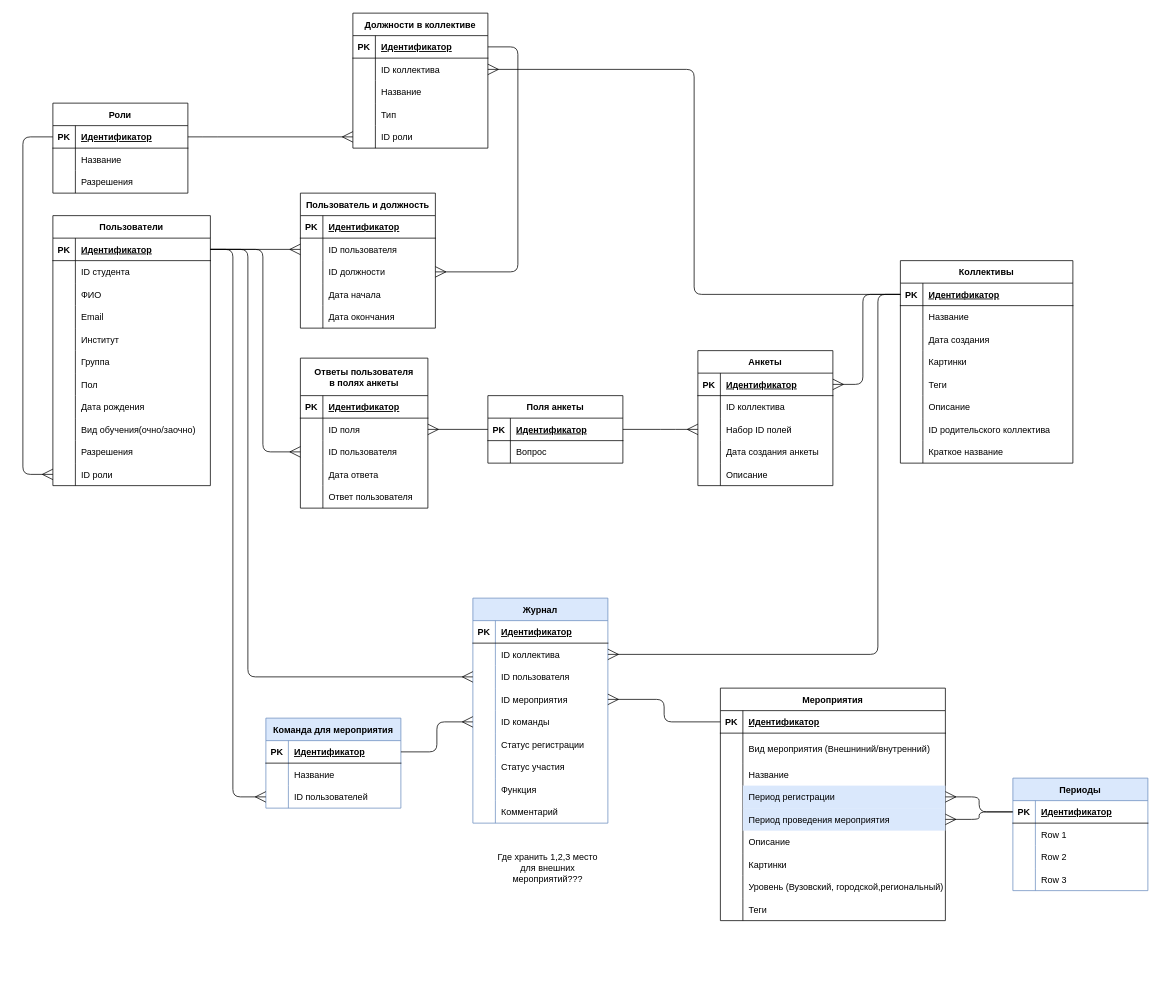
The draw.io diagram page "Логическая" (1 of 2) of Схема БД.drawio in KomogortsevaYulia/Raiting-Teams-Events, before the edit. Source tidied: cells renumbered, new cells numbered last; positions are measured from the earlier drawing's top-left corner, leaving out a move shared by most shapes. Both pictures are drawn from the tidied source at 75%, with x=0, y=0 at pixel (22, 13).
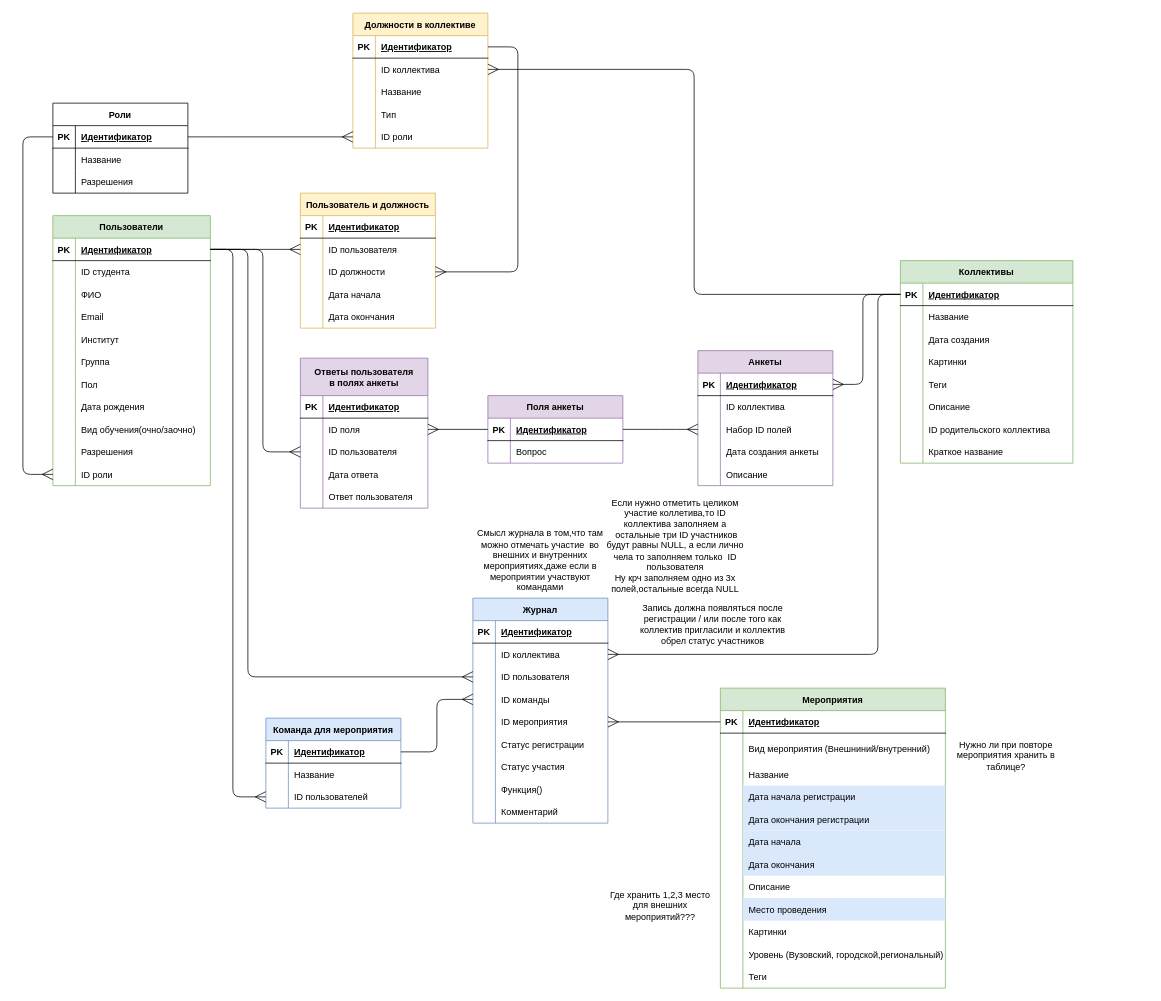
The same page after the edit.

The change refers to these unchanged cells:
```xml
<mxCell id="46" style="shape=tableRow;horizontal=0;startSize=0;swimlaneHead=0;swimlaneBody=0;fillColor=none;points=[[0,0.5],[1,0.5]];portConstraint=eastwest;top=0;left=0;right=0;bottom=0;" parent="36" vertex="1">
  <mxGeometry y="130" width="300" height="30" as="geometry" />
</mxCell>
<mxCell id="121" value="Журнал" style="shape=table;startSize=30;childLayout=tableLayout;rowLines=0;fontStyle=1;align=center;fillColor=#dae8fc;strokeColor=#6c8ebf;" parent="1" vertex="1">
  <mxGeometry x="600" y="780" width="180" height="300" as="geometry" />
</mxCell>
<mxCell id="143" style="shape=tableRow;horizontal=0;startSize=0;swimlaneHead=0;swimlaneBody=0;fillColor=none;top=0;left=0;right=0;bottom=0;" parent="121" vertex="1">
  <mxGeometry y="240" width="180" height="30" as="geometry" />
</mxCell>
```

Change to the diagram source:
```diff
@@
-    <mxCell id="2" value="Пользователи" style="shape=table;startSize=30;childLayout=tableLayout;rowLines=0;fontStyle=1;align=center;" parent="1" vertex="1">
+    <mxCell id="2" value="Пользователи" style="shape=table;startSize=30;childLayout=tableLayout;rowLines=0;fontStyle=1;align=center;fillColor=#d5e8d4;strokeColor=#82b366;" parent="1" vertex="1">
       <mxGeometry x="40" y="270" width="210" height="360" as="geometry" />
     </mxCell>
@@
-    <mxCell id="36" value="Мероприятия" style="shape=table;startSize=30;childLayout=tableLayout;rowLines=0;fontStyle=1;align=center;" parent="1" vertex="1">
-      <mxGeometry x="930" y="900" width="300" height="310" as="geometry" />
+    <mxCell id="36" value="Мероприятия" style="shape=table;startSize=30;childLayout=tableLayout;rowLines=0;fontStyle=1;align=center;fillColor=#d5e8d4;strokeColor=#82b366;" parent="1" vertex="1">
+      <mxGeometry x="930" y="900" width="300" height="400" as="geometry" />
     </mxCell>
@@
-    <mxCell id="48" value="Период регистрации" style="shape=partialRectangle;fillColor=#dae8fc;top=0;left=0;bottom=0;right=0;align=left;spacingLeft=6;overflow=hidden;strokeColor=#6c8ebf;" parent="46" vertex="1">
+    <mxCell id="48" value="Дата начала регистрации" style="shape=partialRectangle;fillColor=#dae8fc;top=0;left=0;bottom=0;right=0;align=left;spacingLeft=6;overflow=hidden;strokeColor=#6c8ebf;" parent="46" vertex="1">
       <mxGeometry x="30" width="270" height="30" as="geometry" />
     </mxCell>
+    <mxCell id="238" style="shape=tableRow;horizontal=0;startSize=0;swimlaneHead=0;swimlaneBody=0;fillColor=none;top=0;left=0;right=0;bottom=0;" parent="36" vertex="1">
+      <mxGeometry y="160" width="300" height="30" as="geometry" />
+    </mxCell>
+    <mxCell id="239" style="shape=partialRectangle;fillColor=none;top=0;left=0;bottom=0;right=0;overflow=hidden;" parent="238" vertex="1">
+      <mxGeometry width="30" height="30" as="geometry" />
+    </mxCell>
+    <mxCell id="240" value="Дата окончания регистрации" style="shape=partialRectangle;fillColor=#dae8fc;top=0;left=0;bottom=0;right=0;align=left;spacingLeft=6;overflow=hidden;strokeColor=#6c8ebf;" parent="238" vertex="1">
+      <mxGeometry x="30" width="270" height="30" as="geometry" />
+    </mxCell>
     <mxCell id="49" style="shape=tableRow;horizontal=0;startSize=0;swimlaneHead=0;swimlaneBody=0;fillColor=none;points=[[0,0.5],[1,0.5]];portConstraint=eastwest;top=0;left=0;right=0;bottom=0;" parent="36" vertex="1">
-      <mxGeometry y="160" width="300" height="30" as="geometry" />
+      <mxGeometry y="190" width="300" height="30" as="geometry" />
     </mxCell>
@@
-    <mxCell id="51" value="Период проведения мероприятия" style="shape=partialRectangle;fillColor=#dae8fc;top=0;left=0;bottom=0;right=0;align=left;spacingLeft=6;overflow=hidden;strokeColor=#6c8ebf;" parent="49" vertex="1">
+    <mxCell id="51" value="Дата начала" style="shape=partialRectangle;fillColor=#dae8fc;top=0;left=0;bottom=0;right=0;align=left;spacingLeft=6;overflow=hidden;strokeColor=#6c8ebf;" parent="49" vertex="1">
       <mxGeometry x="30" width="270" height="30" as="geometry" />
     </mxCell>
+    <mxCell id="241" style="shape=tableRow;horizontal=0;startSize=0;swimlaneHead=0;swimlaneBody=0;fillColor=none;top=0;left=0;right=0;bottom=0;" parent="36" vertex="1">
+      <mxGeometry y="220" width="300" height="30" as="geometry" />
+    </mxCell>
+    <mxCell id="242" style="shape=partialRectangle;fillColor=none;top=0;left=0;bottom=0;right=0;overflow=hidden;" parent="241" vertex="1">
+      <mxGeometry width="30" height="30" as="geometry" />
+    </mxCell>
+    <mxCell id="243" value="Дата окончания" style="shape=partialRectangle;fillColor=#dae8fc;top=0;left=0;bottom=0;right=0;align=left;spacingLeft=6;overflow=hidden;strokeColor=#6c8ebf;" parent="241" vertex="1">
+      <mxGeometry x="30" width="270" height="30" as="geometry" />
+    </mxCell>
     <mxCell id="52" style="shape=tableRow;horizontal=0;startSize=0;swimlaneHead=0;swimlaneBody=0;fillColor=none;top=0;left=0;right=0;bottom=0;" parent="36" vertex="1">
-      <mxGeometry y="190" width="300" height="30" as="geometry" />
+      <mxGeometry y="250" width="300" height="30" as="geometry" />
     </mxCell>
@@
+    <mxCell id="244" style="shape=tableRow;horizontal=0;startSize=0;swimlaneHead=0;swimlaneBody=0;fillColor=none;top=0;left=0;right=0;bottom=0;" parent="36" vertex="1">
+      <mxGeometry y="280" width="300" height="30" as="geometry" />
+    </mxCell>
+    <mxCell id="245" style="shape=partialRectangle;fillColor=none;top=0;left=0;bottom=0;right=0;overflow=hidden;" parent="244" vertex="1">
+      <mxGeometry width="30" height="30" as="geometry" />
+    </mxCell>
+    <mxCell id="246" value="Место проведения" style="shape=partialRectangle;fillColor=#dae8fc;top=0;left=0;bottom=0;right=0;align=left;spacingLeft=6;overflow=hidden;strokeColor=#6c8ebf;" parent="244" vertex="1">
+      <mxGeometry x="30" width="270" height="30" as="geometry" />
+    </mxCell>
     <mxCell id="55" style="shape=tableRow;horizontal=0;startSize=0;swimlaneHead=0;swimlaneBody=0;fillColor=none;top=0;left=0;right=0;bottom=0;" parent="36" vertex="1">
-      <mxGeometry y="220" width="300" height="30" as="geometry" />
+      <mxGeometry y="310" width="300" height="30" as="geometry" />
     </mxCell>
@@
     <mxCell id="58" style="shape=tableRow;horizontal=0;startSize=0;swimlaneHead=0;swimlaneBody=0;fillColor=none;top=0;left=0;right=0;bottom=0;" parent="36" vertex="1">
-      <mxGeometry y="250" width="300" height="30" as="geometry" />
+      <mxGeometry y="340" width="300" height="30" as="geometry" />
     </mxCell>
@@
     <mxCell id="61" style="shape=tableRow;horizontal=0;startSize=0;swimlaneHead=0;swimlaneBody=0;fillColor=none;top=0;left=0;right=0;bottom=0;" parent="36" vertex="1">
-      <mxGeometry y="280" width="300" height="30" as="geometry" />
+      <mxGeometry y="370" width="300" height="30" as="geometry" />
     </mxCell>
@@
-    <mxCell id="64" value="Коллективы" style="shape=table;startSize=30;childLayout=tableLayout;rowLines=0;fontStyle=1;align=center;" parent="1" vertex="1">
+    <mxCell id="64" value="Коллективы" style="shape=table;startSize=30;childLayout=tableLayout;rowLines=0;fontStyle=1;align=center;fillColor=#d5e8d4;strokeColor=#82b366;" parent="1" vertex="1">
       <mxGeometry x="1170" y="330" width="230" height="270" as="geometry" />
     </mxCell>
@@
-    <mxCell id="89" value="Должности в коллективе" style="shape=table;startSize=30;childLayout=tableLayout;rowLines=0;fontStyle=1;align=center;" parent="1" vertex="1">
+    <mxCell id="89" value="Должности в коллективе" style="shape=table;startSize=30;childLayout=tableLayout;rowLines=0;fontStyle=1;align=center;fillColor=#FFF2CC;strokeColor=#d6b656;" parent="1" vertex="1">
       <mxGeometry x="440" width="180" height="180" as="geometry" />
     </mxCell>
@@
-    <mxCell id="105" value="Пользователь и должность" style="shape=table;startSize=30;childLayout=tableLayout;rowLines=0;fontStyle=1;align=center;" parent="1" vertex="1">
+    <mxCell id="105" value="Пользователь и должность" style="shape=table;startSize=30;childLayout=tableLayout;rowLines=0;fontStyle=1;align=center;fillColor=#FFF2CC;strokeColor=#d6b656;" parent="1" vertex="1">
       <mxGeometry x="370" y="240" width="180" height="180" as="geometry" />
     </mxCell>
@@
+    <mxCell id="134" style="shape=tableRow;horizontal=0;startSize=0;swimlaneHead=0;swimlaneBody=0;fillColor=none;points=[[0,0.5],[1,0.5]];portConstraint=eastwest;top=0;left=0;right=0;bottom=0;" parent="121" vertex="1">
+      <mxGeometry y="120" width="180" height="30" as="geometry" />
+    </mxCell>
+    <mxCell id="135" style="shape=partialRectangle;fillColor=none;top=0;left=0;bottom=0;right=0;overflow=hidden;" parent="134" vertex="1">
+      <mxGeometry width="30" height="30" as="geometry" />
+    </mxCell>
+    <mxCell id="136" value="ID команды" style="shape=partialRectangle;fillColor=none;top=0;left=0;bottom=0;right=0;align=left;spacingLeft=6;overflow=hidden;" parent="134" vertex="1">
+      <mxGeometry x="30" width="150" height="30" as="geometry" />
+    </mxCell>
     <mxCell id="131" style="shape=tableRow;horizontal=0;startSize=0;swimlaneHead=0;swimlaneBody=0;fillColor=none;points=[[0,0.5],[1,0.5]];portConstraint=eastwest;top=0;left=0;right=0;bottom=0;" parent="121" vertex="1">
-      <mxGeometry y="120" width="180" height="30" as="geometry" />
+      <mxGeometry y="150" width="180" height="30" as="geometry" />
     </mxCell>
@@
-    <mxCell id="134" style="shape=tableRow;horizontal=0;startSize=0;swimlaneHead=0;swimlaneBody=0;fillColor=none;points=[[0,0.5],[1,0.5]];portConstraint=eastwest;top=0;left=0;right=0;bottom=0;" parent="121" vertex="1">
-      <mxGeometry y="150" width="180" height="30" as="geometry" />
-    </mxCell>
-    <mxCell id="135" style="shape=partialRectangle;fillColor=none;top=0;left=0;bottom=0;right=0;overflow=hidden;" parent="134" vertex="1">
-      <mxGeometry width="30" height="30" as="geometry" />
-    </mxCell>
-    <mxCell id="136" value="ID команды" style="shape=partialRectangle;fillColor=none;top=0;left=0;bottom=0;right=0;align=left;spacingLeft=6;overflow=hidden;" parent="134" vertex="1">
-      <mxGeometry x="30" width="150" height="30" as="geometry" />
-    </mxCell>
@@
-    <mxCell id="145" value="Функция" style="shape=partialRectangle;fillColor=none;top=0;left=0;bottom=0;right=0;align=left;spacingLeft=6;overflow=hidden;" parent="143" vertex="1">
+    <mxCell id="145" value="Функция()" style="shape=partialRectangle;fillColor=none;top=0;left=0;bottom=0;right=0;align=left;spacingLeft=6;overflow=hidden;" parent="143" vertex="1">
       <mxGeometry x="30" width="150" height="30" as="geometry" />
     </mxCell>
@@
-    <mxCell id="174" value="Поля анкеты" style="shape=table;startSize=30;childLayout=tableLayout;rowLines=0;fontStyle=1;align=center;" parent="1" vertex="1">
+    <mxCell id="174" value="Поля анкеты" style="shape=table;startSize=30;childLayout=tableLayout;rowLines=0;fontStyle=1;align=center;fillColor=#e1d5e7;strokeColor=#9673a6;" parent="1" vertex="1">
       <mxGeometry x="620" y="510" width="180" height="90" as="geometry" />
     </mxCell>
@@
-    <mxCell id="181" value="Анкеты" style="shape=table;startSize=30;childLayout=tableLayout;rowLines=0;fontStyle=1;align=center;" parent="1" vertex="1">
+    <mxCell id="181" value="Анкеты" style="shape=table;startSize=30;childLayout=tableLayout;rowLines=0;fontStyle=1;align=center;fillColor=#e1d5e7;strokeColor=#9673a6;" parent="1" vertex="1">
       <mxGeometry x="900" y="450" width="180" height="180" as="geometry" />
     </mxCell>
@@
-    <mxCell id="197" value="Ответы пользователя &#10;в полях анкеты" style="shape=table;startSize=50;childLayout=tableLayout;rowLines=0;fontStyle=1;align=center;" parent="1" vertex="1">
+    <mxCell id="197" value="Ответы пользователя &#10;в полях анкеты" style="shape=table;startSize=50;childLayout=tableLayout;rowLines=0;fontStyle=1;align=center;fillColor=#e1d5e7;strokeColor=#9673a6;" parent="1" vertex="1">
       <mxGeometry x="370" y="460" width="170" height="200" as="geometry" />
     </mxCell>
@@
-    <mxCell id="213" style="edgeStyle=orthogonalEdgeStyle;html=1;entryX=1;entryY=0.5;entryDx=0;entryDy=0;strokeWidth=1;startArrow=none;startFill=0;endArrow=ERmany;endFill=0;startSize=12;endSize=12;exitX=0;exitY=0.5;exitDx=0;exitDy=0;" parent="1" edge="1" source="215" target="49">
-      <mxGeometry relative="1" as="geometry" />
-    </mxCell>
-    <mxCell id="214" value="Периоды" style="shape=table;startSize=30;childLayout=tableLayout;rowLines=0;fontStyle=1;align=center;fillColor=#dae8fc;strokeColor=#6c8ebf;" parent="1" vertex="1">
-      <mxGeometry x="1320" y="1020" width="180" height="150" as="geometry" />
-    </mxCell>
-    <mxCell id="215" style="shape=tableRow;horizontal=0;startSize=0;swimlaneHead=0;swimlaneBody=0;fillColor=none;points=[[0,0.5],[1,0.5]];portConstraint=eastwest;top=0;left=0;right=0;bottom=1;" parent="214" vertex="1">
-      <mxGeometry y="30" width="180" height="30" as="geometry" />
-    </mxCell>
-    <mxCell id="216" value="PK" style="shape=partialRectangle;fillColor=none;top=0;left=0;bottom=0;right=0;fontStyle=1;overflow=hidden;" parent="215" vertex="1">
-      <mxGeometry width="30" height="30" as="geometry" />
-    </mxCell>
-    <mxCell id="217" value="Идентификатор" style="shape=partialRectangle;fillColor=none;top=0;left=0;bottom=0;right=0;align=left;spacingLeft=6;fontStyle=5;overflow=hidden;" parent="215" vertex="1">
-      <mxGeometry x="30" width="150" height="30" as="geometry" />
-    </mxCell>
-    <mxCell id="218" style="shape=tableRow;horizontal=0;startSize=0;swimlaneHead=0;swimlaneBody=0;fillColor=none;top=0;left=0;right=0;bottom=0;" parent="214" vertex="1">
-      <mxGeometry y="60" width="180" height="30" as="geometry" />
-    </mxCell>
-    <mxCell id="219" style="shape=partialRectangle;fillColor=none;top=0;left=0;bottom=0;right=0;overflow=hidden;" parent="218" vertex="1">
-      <mxGeometry width="30" height="30" as="geometry" />
-    </mxCell>
-    <mxCell id="220" value="Row 1" style="shape=partialRectangle;fillColor=none;top=0;left=0;bottom=0;right=0;align=left;spacingLeft=6;overflow=hidden;" parent="218" vertex="1">
-      <mxGeometry x="30" width="150" height="30" as="geometry" />
-    </mxCell>
-    <mxCell id="221" style="shape=tableRow;horizontal=0;startSize=0;swimlaneHead=0;swimlaneBody=0;fillColor=none;top=0;left=0;right=0;bottom=0;" parent="214" vertex="1">
-      <mxGeometry y="90" width="180" height="30" as="geometry" />
-    </mxCell>
-    <mxCell id="222" style="shape=partialRectangle;fillColor=none;top=0;left=0;bottom=0;right=0;overflow=hidden;" parent="221" vertex="1">
-      <mxGeometry width="30" height="30" as="geometry" />
-    </mxCell>
-    <mxCell id="223" value="Row 2" style="shape=partialRectangle;fillColor=none;top=0;left=0;bottom=0;right=0;align=left;spacingLeft=6;overflow=hidden;" parent="221" vertex="1">
-      <mxGeometry x="30" width="150" height="30" as="geometry" />
-    </mxCell>
-    <mxCell id="224" style="shape=tableRow;horizontal=0;startSize=0;swimlaneHead=0;swimlaneBody=0;fillColor=none;top=0;left=0;right=0;bottom=0;" parent="214" vertex="1">
-      <mxGeometry y="120" width="180" height="30" as="geometry" />
-    </mxCell>
-    <mxCell id="225" style="shape=partialRectangle;fillColor=none;top=0;left=0;bottom=0;right=0;overflow=hidden;" parent="224" vertex="1">
-      <mxGeometry width="30" height="30" as="geometry" />
-    </mxCell>
-    <mxCell id="226" value="Row 3" style="shape=partialRectangle;fillColor=none;top=0;left=0;bottom=0;right=0;align=left;spacingLeft=6;overflow=hidden;" parent="224" vertex="1">
-      <mxGeometry x="30" width="150" height="30" as="geometry" />
-    </mxCell>
@@
-    <mxCell id="231" style="edgeStyle=orthogonalEdgeStyle;html=1;entryX=1;entryY=0.5;entryDx=0;entryDy=0;strokeWidth=1;startArrow=none;startFill=0;endArrow=ERmany;endFill=0;startSize=12;endSize=12;" parent="1" edge="1" source="215" target="46">
-      <mxGeometry relative="1" as="geometry" />
-    </mxCell>
@@
     <mxCell id="237" value="Где хранить 1,2,3 место для внешних мероприятий???" style="text;html=1;strokeColor=none;fillColor=none;align=center;verticalAlign=middle;whiteSpace=wrap;rounded=0;" parent="1" vertex="1">
-      <mxGeometry x="630" y="1110" width="140" height="60" as="geometry" />
+      <mxGeometry x="780" y="1160" width="140" height="60" as="geometry" />
     </mxCell>
+    <mxCell id="247" value="Смысл журнала в том,что там можно отмечать участие&amp;nbsp; во внешних и внутренних мероприятиях,даже если в мероприятии участвуют командами" style="text;html=1;strokeColor=none;fillColor=none;align=center;verticalAlign=middle;whiteSpace=wrap;rounded=0;" parent="1" vertex="1">
+      <mxGeometry x="600" y="700" width="180" height="60" as="geometry" />
+    </mxCell>
+    <mxCell id="248" value="Если нужно отметить целиком участие коллетива,то&amp;nbsp;&lt;span style=&quot;text-align: left;&quot;&gt;ID коллектива заполняем а&lt;/span&gt;&lt;br&gt;&amp;nbsp;остальные три ID участников будут равны NULL, а если лично чела то заполняем только&amp;nbsp;&amp;nbsp;&lt;span style=&quot;text-align: left;&quot;&gt;ID пользователя&lt;br&gt;Ну крч заполняем одно из 3х полей,остальные всегда NULL&lt;br&gt;&lt;/span&gt;" style="text;html=1;strokeColor=none;fillColor=none;align=center;verticalAlign=middle;whiteSpace=wrap;rounded=0;" parent="1" vertex="1">
+      <mxGeometry x="770" y="660" width="200" height="100" as="geometry" />
+    </mxCell>
+    <mxCell id="249" value="&lt;span style=&quot;text-align: left;&quot;&gt;Запись должна появляться после регистрации / или после того как коллектив пригласили и коллектив обрел статус участников&lt;br&gt;&lt;/span&gt;" style="text;html=1;strokeColor=none;fillColor=none;align=center;verticalAlign=middle;whiteSpace=wrap;rounded=0;" parent="1" vertex="1">
+      <mxGeometry x="820" y="790" width="200" height="50" as="geometry" />
+    </mxCell>
+    <mxCell id="250" value="Нужно ли при повторе мероприятия хранить в таблице?" style="text;html=1;strokeColor=none;fillColor=none;align=center;verticalAlign=middle;whiteSpace=wrap;rounded=0;" parent="1" vertex="1">
+      <mxGeometry x="1241" y="960" width="140" height="60" as="geometry" />
+    </mxCell>
```
